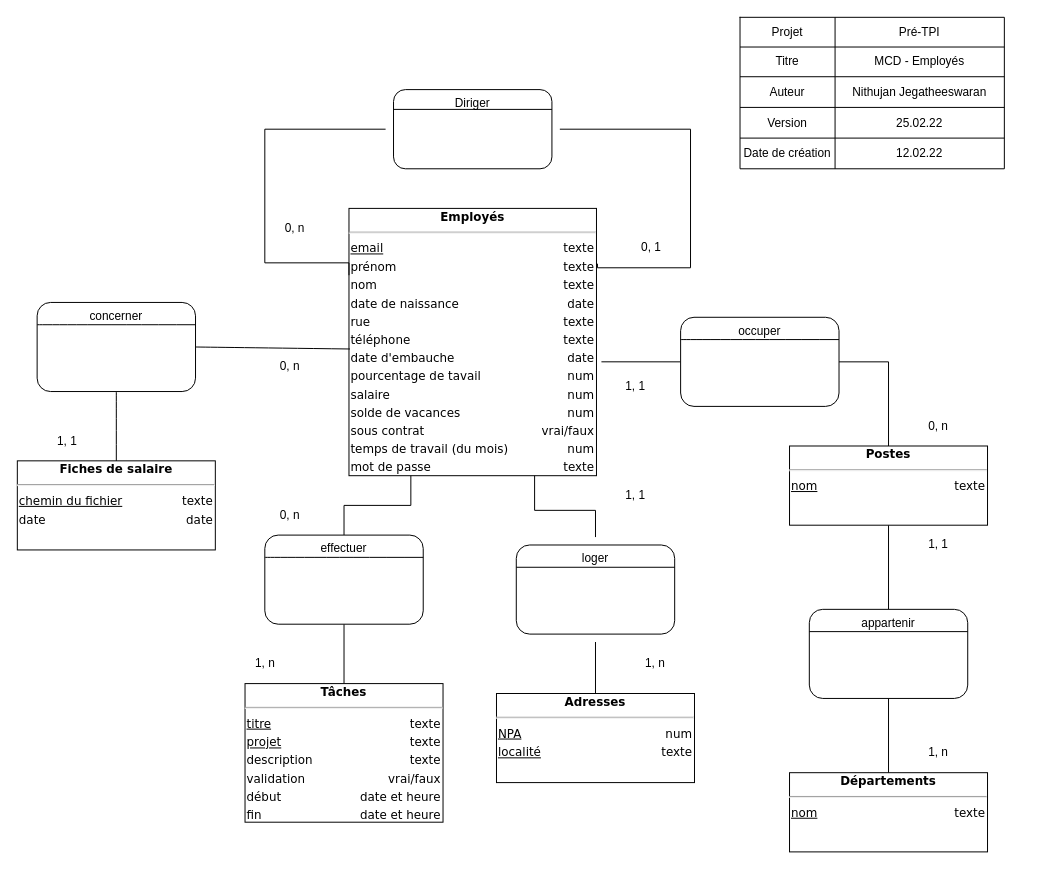
J-Nithujan/employee_mgmt_app keeps this draw.io diagram as conception/database/MCD_Employés.drawio. Above is the earlier version. Source tidied: cells renumbered, new cells numbered last; positions are measured from the earlier drawing's top-left corner, leaving out a move shared by most shapes. Both pictures are drawn from the tidied source at 99%, with x=0, y=0 at pixel (17, 17).
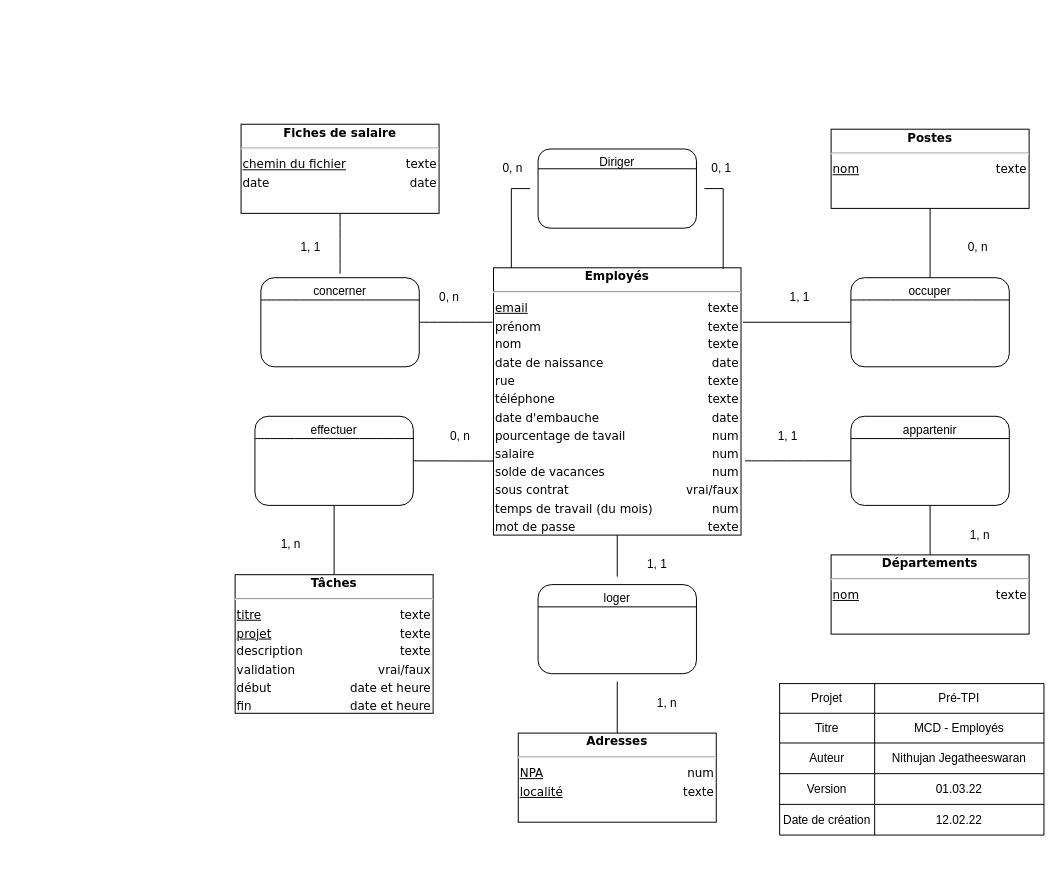
The same page after the edit.

Unchanged cells that the change refers to:
```xml
<mxCell id="12" style="shape=partialRectangle;html=1;whiteSpace=wrap;fillColor=none;top=0;left=0;bottom=0;right=0;" parent="2" vertex="1">
  <mxGeometry y="91" width="267" height="31" as="geometry" />
</mxCell>
```

Change to the diagram source:
```diff
@@
     <mxCell id="2" style="shape=table;html=1;whiteSpace=wrap;startSize=0;childLayout=tableLayout;align=right;hachureGap=4;" parent="1" vertex="1">
-      <mxGeometry x="730" width="267" height="153" as="geometry" />
+      <mxGeometry x="770" y="673" width="267" height="153" as="geometry" />
     </mxCell>
@@
-    <mxCell id="14" value="25.02.22" style="shape=partialRectangle;html=1;whiteSpace=wrap;fillColor=none;top=0;left=0;bottom=0;right=0;overflow=hidden;" parent="12" vertex="1">
+    <mxCell id="14" value="01.03.22" style="shape=partialRectangle;html=1;whiteSpace=wrap;fillColor=none;top=0;left=0;bottom=0;right=0;overflow=hidden;" parent="12" vertex="1">
       <mxGeometry x="96" width="171" height="31" as="geometry" />
     </mxCell>
@@
+    <mxCell id="61" style="edgeStyle=none;curved=1;rounded=0;jettySize=auto;html=1;entryX=0;entryY=0.5;entryDx=0;entryDy=0;endArrow=none;startSize=14;endSize=14;sourcePerimeterSpacing=8;targetPerimeterSpacing=8;endFill=0;" parent="1" edge="1" target="40">
+      <mxGeometry relative="1" as="geometry">
+        <mxPoint x="735" y="448" as="sourcePoint" />
+      </mxGeometry>
+    </mxCell>
     <mxCell id="18" value="&lt;div style=&quot;box-sizing: border-box ; width: 100% ; padding: 2px&quot;&gt;&lt;span style=&quot;background-color: rgb(255 , 255 , 255)&quot;&gt;&lt;b&gt;Employés&lt;/b&gt;&lt;/span&gt;&lt;/div&gt;&lt;hr&gt;&lt;table style=&quot;width: 100% ; font-size: 1em&quot; cellpadding=&quot;2&quot; cellspacing=&quot;0&quot;&gt;&lt;tbody&gt;&lt;tr&gt;&lt;td style=&quot;text-align: left&quot;&gt;&lt;u&gt;email&lt;/u&gt;&lt;br&gt;&lt;/td&gt;&lt;td style=&quot;text-align: right&quot;&gt;texte&lt;/td&gt;&lt;/tr&gt;&lt;tr&gt;&lt;td style=&quot;text-align: left&quot;&gt;prénom&lt;/td&gt;&lt;td style=&quot;text-align: right&quot;&gt;texte&lt;br&gt;&lt;/td&gt;&lt;/tr&gt;&lt;tr&gt;&lt;td style=&quot;text-align: left&quot;&gt;nom&lt;br&gt;&lt;/td&gt;&lt;td style=&quot;text-align: right&quot;&gt;texte&lt;br&gt;&lt;/td&gt;&lt;/tr&gt;&lt;tr&gt;&lt;td style=&quot;text-align: left&quot;&gt;date de naissance&lt;/td&gt;&lt;td style=&quot;text-align: right&quot;&gt;date&lt;/td&gt;&lt;/tr&gt;&lt;tr&gt;&lt;td style=&quot;text-align: left&quot;&gt;rue&lt;/td&gt;&lt;td style=&quot;text-align: right&quot;&gt;texte&lt;/td&gt;&lt;/tr&gt;&lt;tr&gt;&lt;td style=&quot;text-align: left&quot;&gt;téléphone&lt;/td&gt;&lt;td style=&quot;text-align: right&quot;&gt;texte&lt;/td&gt;&lt;/tr&gt;&lt;tr&gt;&lt;td style=&quot;text-align: left&quot;&gt;date d'embauche&lt;br&gt;&lt;/td&gt;&lt;td style=&quot;text-align: right&quot;&gt;date&lt;/td&gt;&lt;/tr&gt;&lt;tr&gt;&lt;td style=&quot;text-align: left&quot;&gt;pourcentage de tavail&lt;/td&gt;&lt;td style=&quot;text-align: right&quot;&gt;num&lt;/td&gt;&lt;/tr&gt;&lt;tr&gt;&lt;td style=&quot;text-align: left&quot;&gt;salaire&lt;/td&gt;&lt;td style=&quot;text-align: right&quot;&gt;num&lt;/td&gt;&lt;/tr&gt;&lt;tr&gt;&lt;td style=&quot;text-align: left&quot;&gt;solde de vacances&lt;/td&gt;&lt;td style=&quot;text-align: right&quot;&gt;num&lt;/td&gt;&lt;/tr&gt;&lt;tr&gt;&lt;td style=&quot;text-align: left&quot;&gt;sous contrat&lt;/td&gt;&lt;td style=&quot;text-align: right&quot;&gt;vrai/faux&lt;/td&gt;&lt;/tr&gt;&lt;tr&gt;&lt;td style=&quot;text-align: left&quot;&gt;temps de travail (du mois)&lt;/td&gt;&lt;td style=&quot;text-align: right&quot;&gt;num&lt;/td&gt;&lt;/tr&gt;&lt;tr&gt;&lt;td style=&quot;text-align: left&quot;&gt;mot de passe&lt;/td&gt;&lt;td style=&quot;text-align: right&quot;&gt;texte&lt;/td&gt;&lt;/tr&gt;&lt;/tbody&gt;&lt;/table&gt;" style="verticalAlign=top;align=center;overflow=fill;html=1;rounded=0;shadow=0;comic=0;labelBackgroundColor=none;strokeColor=#000000;strokeWidth=1;fillColor=#ffffff;fontFamily=Verdana;fontSize=12;fontColor=#000000;hachureGap=4;" parent="1" vertex="1">
-      <mxGeometry x="335" y="193" width="250" height="270" as="geometry" />
+      <mxGeometry x="481" y="253" width="250" height="270" as="geometry" />
     </mxCell>
     <mxCell id="19" value="&lt;div style=&quot;box-sizing: border-box ; width: 100% ; padding: 2px&quot;&gt;&lt;span style=&quot;background-color: rgb(255 , 255 , 255)&quot;&gt;&lt;b&gt;Adresses&lt;/b&gt;&lt;/span&gt;&lt;/div&gt;&lt;hr&gt;&lt;table style=&quot;width: 100% ; font-size: 1em&quot; cellpadding=&quot;2&quot; cellspacing=&quot;0&quot;&gt;&lt;tbody&gt;&lt;tr&gt;&lt;td style=&quot;text-align: left&quot;&gt;&lt;u&gt;NPA&lt;/u&gt;&lt;/td&gt;&lt;td style=&quot;text-align: right&quot;&gt;num&lt;br&gt;&lt;/td&gt;&lt;/tr&gt;&lt;tr&gt;&lt;td style=&quot;text-align: left&quot;&gt;&lt;u&gt;localité&lt;/u&gt;&lt;/td&gt;&lt;td style=&quot;text-align: right&quot;&gt;texte&lt;br&gt;&lt;/td&gt;&lt;/tr&gt;&lt;/tbody&gt;&lt;/table&gt;" style="verticalAlign=top;align=center;overflow=fill;html=1;rounded=0;shadow=0;comic=0;labelBackgroundColor=none;strokeColor=#000000;strokeWidth=1;fillColor=#ffffff;fontFamily=Verdana;fontSize=12;fontColor=#000000;hachureGap=4;" parent="1" vertex="1">
-      <mxGeometry x="484" y="683" width="200" height="90" as="geometry" />
+      <mxGeometry x="506" y="723" width="200" height="90" as="geometry" />
     </mxCell>
-    <mxCell id="20" style="edgeStyle=orthogonalEdgeStyle;rounded=0;jettySize=auto;html=1;endArrow=none;startSize=14;endSize=14;sourcePerimeterSpacing=8;targetPerimeterSpacing=8;endFill=0;entryX=0;entryY=0.25;entryDx=0;entryDy=0;" parent="1" edge="1" source="22" target="18">
+    <mxCell id="20" style="edgeStyle=orthogonalEdgeStyle;rounded=0;jettySize=auto;html=1;endArrow=none;startSize=14;endSize=14;sourcePerimeterSpacing=8;targetPerimeterSpacing=8;endFill=0;entryX=0.072;entryY=0;entryDx=0;entryDy=0;entryPerimeter=0;" parent="1" edge="1" source="22" target="18">
       <mxGeometry relative="1" as="geometry">
         <Array as="points">
-          <mxPoint x="250" y="113" />
-          <mxPoint x="250" y="248" />
+          <mxPoint x="499" y="173" />
         </Array>
       </mxGeometry>
     </mxCell>
-    <mxCell id="21" style="edgeStyle=orthogonalEdgeStyle;rounded=0;jettySize=auto;html=1;endArrow=none;endFill=0;startSize=14;endSize=14;sourcePerimeterSpacing=8;targetPerimeterSpacing=8;entryX=1.004;entryY=0.207;entryDx=0;entryDy=0;entryPerimeter=0;" parent="1" edge="1" source="22" target="18">
+    <mxCell id="21" style="edgeStyle=orthogonalEdgeStyle;rounded=0;jettySize=auto;html=1;endArrow=none;endFill=0;startSize=14;endSize=14;sourcePerimeterSpacing=8;targetPerimeterSpacing=8;entryX=0.928;entryY=0.004;entryDx=0;entryDy=0;entryPerimeter=0;" parent="1" edge="1" source="22" target="18">
       <mxGeometry relative="1" as="geometry">
         <Array as="points">
-          <mxPoint x="680" y="113" />
-          <mxPoint x="680" y="253" />
-          <mxPoint x="586" y="253" />
+          <mxPoint x="713" y="173" />
         </Array>
       </mxGeometry>
     </mxCell>
     <mxCell id="22" value="Diriger" style="rounded=1;whiteSpace=wrap;html=1;verticalAlign=top;hachureGap=4;" parent="1" vertex="1">
-      <mxGeometry x="380" y="73" width="160" height="80" as="geometry" />
+      <mxGeometry x="526" y="133" width="160" height="80" as="geometry" />
     </mxCell>
     <mxCell id="23" value="&lt;div style=&quot;box-sizing: border-box ; width: 100% ; padding: 2px&quot;&gt;&lt;span style=&quot;background-color: rgb(255 , 255 , 255)&quot;&gt;&lt;b&gt;Départements&lt;/b&gt;&lt;/span&gt;&lt;/div&gt;&lt;hr&gt;&lt;table style=&quot;width: 100% ; font-size: 1em&quot; cellpadding=&quot;2&quot; cellspacing=&quot;0&quot;&gt;&lt;tbody&gt;&lt;tr&gt;&lt;td style=&quot;text-align: left&quot;&gt;&lt;u&gt;nom&lt;/u&gt;&lt;/td&gt;&lt;td style=&quot;text-align: right&quot;&gt;texte&lt;br&gt;&lt;/td&gt;&lt;/tr&gt;&lt;/tbody&gt;&lt;/table&gt;" style="verticalAlign=top;align=center;overflow=fill;html=1;rounded=0;shadow=0;comic=0;labelBackgroundColor=none;strokeColor=#000000;strokeWidth=1;fillColor=#ffffff;fontFamily=Verdana;fontSize=12;fontColor=#000000;hachureGap=4;" parent="1" vertex="1">
-      <mxGeometry x="780" y="763" width="200" height="80" as="geometry" />
+      <mxGeometry x="822" y="543" width="200" height="80" as="geometry" />
     </mxCell>
     <mxCell id="24" value="0, n" style="text;html=1;align=center;verticalAlign=middle;strokeColor=none;fillColor=none;" parent="1" vertex="1">
-      <mxGeometry x="260" y="203" width="40" height="20" as="geometry" />
+      <mxGeometry x="480" y="143" width="40" height="20" as="geometry" />
     </mxCell>
     <mxCell id="25" value="0, 1" style="text;html=1;align=center;verticalAlign=middle;strokeColor=none;fillColor=none;" parent="1" vertex="1">
-      <mxGeometry x="620" y="223" width="40" height="20" as="geometry" />
+      <mxGeometry x="691" y="143" width="40" height="20" as="geometry" />
     </mxCell>
-    <mxCell id="26" style="edgeStyle=orthogonalEdgeStyle;rounded=0;jettySize=auto;html=1;endArrow=none;endFill=0;startSize=14;endSize=14;sourcePerimeterSpacing=8;targetPerimeterSpacing=8;entryX=0.75;entryY=1;entryDx=0;entryDy=0;" parent="1" edge="1" source="28" target="18">
+    <mxCell id="26" style="edgeStyle=orthogonalEdgeStyle;rounded=0;jettySize=auto;html=1;endArrow=none;endFill=0;startSize=14;endSize=14;sourcePerimeterSpacing=8;targetPerimeterSpacing=8;entryX=0.5;entryY=1;entryDx=0;entryDy=0;" parent="1" edge="1" source="28" target="18">
       <mxGeometry relative="1" as="geometry" />
     </mxCell>
@@
     <mxCell id="28" value="loger" style="rounded=1;whiteSpace=wrap;html=1;verticalAlign=top;hachureGap=4;" parent="1" vertex="1">
-      <mxGeometry x="504" y="533" width="160" height="90" as="geometry" />
+      <mxGeometry x="526" y="573" width="160" height="90" as="geometry" />
     </mxCell>
     <mxCell id="29" value="1, 1" style="text;html=1;align=center;verticalAlign=middle;strokeColor=none;fillColor=none;" parent="1" vertex="1">
-      <mxGeometry x="604" y="473" width="40" height="20" as="geometry" />
+      <mxGeometry x="626" y="543" width="40" height="20" as="geometry" />
     </mxCell>
     <mxCell id="30" value="1, n" style="text;html=1;align=center;verticalAlign=middle;strokeColor=none;fillColor=none;" parent="1" vertex="1">
-      <mxGeometry x="624" y="643" width="40" height="20" as="geometry" />
+      <mxGeometry x="636" y="683" width="40" height="20" as="geometry" />
     </mxCell>
@@
-    <mxCell id="33" style="edgeStyle=none;rounded=0;jettySize=auto;html=1;exitX=0;exitY=0.5;exitDx=0;exitDy=0;entryX=1.02;entryY=0.574;entryDx=0;entryDy=0;entryPerimeter=0;endArrow=none;endFill=0;startSize=14;endSize=14;sourcePerimeterSpacing=8;targetPerimeterSpacing=8;" parent="1" edge="1" source="34" target="18">
-      <mxGeometry relative="1" as="geometry" />
+    <mxCell id="33" style="edgeStyle=none;rounded=0;jettySize=auto;html=1;exitX=0;exitY=0.5;exitDx=0;exitDy=0;endArrow=none;endFill=0;startSize=14;endSize=14;sourcePerimeterSpacing=8;targetPerimeterSpacing=8;" parent="1" edge="1" source="34">
+      <mxGeometry relative="1" as="geometry">
+        <mxPoint x="733" y="308" as="targetPoint" />
+      </mxGeometry>
     </mxCell>
     <mxCell id="34" value="occuper" style="rounded=1;whiteSpace=wrap;html=1;verticalAlign=top;hachureGap=4;" parent="1" vertex="1">
-      <mxGeometry x="670" y="303" width="160" height="90" as="geometry" />
+      <mxGeometry x="842" y="263" width="160" height="90" as="geometry" />
     </mxCell>
@@
-    <mxCell id="36" style="edgeStyle=orthogonalEdgeStyle;rounded=0;jettySize=auto;html=1;exitX=0.5;exitY=0;exitDx=0;exitDy=0;endArrow=none;endFill=0;startSize=14;endSize=14;sourcePerimeterSpacing=8;targetPerimeterSpacing=8;entryX=1;entryY=0.5;entryDx=0;entryDy=0;" parent="1" edge="1" source="38" target="34">
-      <mxGeometry relative="1" as="geometry" />
+    <mxCell id="36" style="rounded=0;jettySize=auto;html=1;endArrow=none;endFill=0;startSize=14;endSize=14;sourcePerimeterSpacing=8;targetPerimeterSpacing=8;entryX=0.5;entryY=0;entryDx=0;entryDy=0;" parent="1" edge="1" target="34">
+      <mxGeometry relative="1" as="geometry">
+        <mxPoint x="922" y="192" as="sourcePoint" />
+      </mxGeometry>
     </mxCell>
-    <mxCell id="37" style="edgeStyle=orthogonalEdgeStyle;rounded=0;jettySize=auto;html=1;exitX=0.5;exitY=1;exitDx=0;exitDy=0;entryX=0.5;entryY=0;entryDx=0;entryDy=0;endArrow=none;endFill=0;startSize=14;endSize=14;sourcePerimeterSpacing=8;targetPerimeterSpacing=8;" parent="1" edge="1" source="38" target="40">
-      <mxGeometry relative="1" as="geometry" />
-    </mxCell>
     <mxCell id="38" value="&lt;div style=&quot;box-sizing: border-box ; width: 100% ; padding: 2px&quot;&gt;&lt;span style=&quot;background-color: rgb(255 , 255 , 255)&quot;&gt;&lt;b&gt;Postes&lt;/b&gt;&lt;/span&gt;&lt;/div&gt;&lt;hr&gt;&lt;table style=&quot;width: 100% ; font-size: 1em&quot; cellpadding=&quot;2&quot; cellspacing=&quot;0&quot;&gt;&lt;tbody&gt;&lt;tr&gt;&lt;td style=&quot;text-align: left&quot;&gt;&lt;u&gt;nom&lt;/u&gt;&lt;/td&gt;&lt;td style=&quot;text-align: right&quot;&gt;texte&lt;br&gt;&lt;/td&gt;&lt;/tr&gt;&lt;/tbody&gt;&lt;/table&gt;" style="verticalAlign=top;align=center;overflow=fill;html=1;rounded=0;shadow=0;comic=0;labelBackgroundColor=none;strokeColor=#000000;strokeWidth=1;fillColor=#ffffff;fontFamily=Verdana;fontSize=12;fontColor=#000000;hachureGap=4;" parent="1" vertex="1">
-      <mxGeometry x="780" y="433" width="200" height="80" as="geometry" />
+      <mxGeometry x="822" y="113" width="200" height="80" as="geometry" />
     </mxCell>
@@
     <mxCell id="40" value="appartenir" style="rounded=1;whiteSpace=wrap;html=1;verticalAlign=top;hachureGap=4;" parent="1" vertex="1">
-      <mxGeometry x="800" y="598" width="160" height="90" as="geometry" />
+      <mxGeometry x="842" y="403" width="160" height="90" as="geometry" />
     </mxCell>
@@
     <mxCell id="42" value="1, n" style="text;html=1;align=center;verticalAlign=middle;strokeColor=none;fillColor=none;" parent="1" vertex="1">
-      <mxGeometry x="910" y="733" width="40" height="20" as="geometry" />
+      <mxGeometry x="952" y="513" width="40" height="20" as="geometry" />
     </mxCell>
     <mxCell id="43" value="1, 1" style="text;html=1;align=center;verticalAlign=middle;strokeColor=none;fillColor=none;" parent="1" vertex="1">
-      <mxGeometry x="910" y="523" width="40" height="20" as="geometry" />
+      <mxGeometry x="758" y="413" width="40" height="20" as="geometry" />
     </mxCell>
     <mxCell id="44" value="0, n" style="text;html=1;align=center;verticalAlign=middle;strokeColor=none;fillColor=none;" parent="1" vertex="1">
-      <mxGeometry x="910" y="403" width="40" height="20" as="geometry" />
+      <mxGeometry x="950" y="223" width="40" height="20" as="geometry" />
     </mxCell>
     <mxCell id="45" value="1, 1" style="text;html=1;align=center;verticalAlign=middle;strokeColor=none;fillColor=none;" parent="1" vertex="1">
-      <mxGeometry x="604" y="363" width="40" height="20" as="geometry" />
+      <mxGeometry x="770" y="273" width="40" height="20" as="geometry" />
     </mxCell>
@@
     <mxCell id="47" value="&lt;div style=&quot;box-sizing: border-box ; width: 100% ; padding: 2px&quot;&gt;&lt;span style=&quot;background-color: rgb(255 , 255 , 255)&quot;&gt;&lt;b&gt;Tâches&lt;/b&gt;&lt;/span&gt;&lt;/div&gt;&lt;hr&gt;&lt;table style=&quot;width: 100% ; font-size: 1em&quot; cellpadding=&quot;2&quot; cellspacing=&quot;0&quot;&gt;&lt;tbody&gt;&lt;tr&gt;&lt;td style=&quot;text-align: left&quot;&gt;&lt;u&gt;titre&lt;/u&gt;&lt;/td&gt;&lt;td style=&quot;text-align: right&quot;&gt;texte&lt;br&gt;&lt;/td&gt;&lt;/tr&gt;&lt;tr&gt;&lt;td style=&quot;text-align: left&quot;&gt;&lt;u&gt;projet&lt;/u&gt;&lt;/td&gt;&lt;td style=&quot;text-align: right&quot;&gt;texte&lt;/td&gt;&lt;/tr&gt;&lt;tr&gt;&lt;td style=&quot;text-align: left&quot;&gt;description&lt;/td&gt;&lt;td style=&quot;text-align: right&quot;&gt;texte&lt;/td&gt;&lt;/tr&gt;&lt;tr&gt;&lt;td style=&quot;text-align: left&quot;&gt;validation&lt;/td&gt;&lt;td style=&quot;text-align: right&quot;&gt;vrai/faux&lt;/td&gt;&lt;/tr&gt;&lt;tr&gt;&lt;td style=&quot;text-align: left&quot;&gt;début&lt;/td&gt;&lt;td style=&quot;text-align: right&quot;&gt;date et heure&lt;/td&gt;&lt;/tr&gt;&lt;tr&gt;&lt;td style=&quot;text-align: left&quot;&gt;fin&lt;/td&gt;&lt;td style=&quot;text-align: right&quot;&gt;date et heure&lt;/td&gt;&lt;/tr&gt;&lt;/tbody&gt;&lt;/table&gt;" style="verticalAlign=top;align=center;overflow=fill;html=1;rounded=0;shadow=0;comic=0;labelBackgroundColor=none;strokeColor=#000000;strokeWidth=1;fillColor=#ffffff;fontFamily=Verdana;fontSize=12;fontColor=#000000;hachureGap=4;" parent="1" vertex="1">
-      <mxGeometry x="230" y="673" width="200" height="140" as="geometry" />
+      <mxGeometry x="220" y="563" width="200" height="140" as="geometry" />
     </mxCell>
-    <mxCell id="48" style="edgeStyle=orthogonalEdgeStyle;rounded=0;jettySize=auto;html=1;exitX=0.5;exitY=0;exitDx=0;exitDy=0;entryX=0.25;entryY=1;entryDx=0;entryDy=0;endArrow=none;endFill=0;startSize=14;endSize=14;sourcePerimeterSpacing=8;targetPerimeterSpacing=8;" parent="1" edge="1" source="49" target="18">
+    <mxCell id="48" style="rounded=0;jettySize=auto;html=1;exitX=1;exitY=0.5;exitDx=0;exitDy=0;endArrow=none;endFill=0;startSize=14;endSize=14;sourcePerimeterSpacing=8;targetPerimeterSpacing=8;entryX=0;entryY=0.723;entryDx=0;entryDy=0;entryPerimeter=0;" parent="1" edge="1" source="49" target="18">
       <mxGeometry relative="1" as="geometry" />
     </mxCell>
     <mxCell id="49" value="effectuer" style="rounded=1;whiteSpace=wrap;html=1;verticalAlign=top;hachureGap=4;" parent="1" vertex="1">
-      <mxGeometry x="250" y="523" width="160" height="90" as="geometry" />
+      <mxGeometry x="240" y="403" width="160" height="90" as="geometry" />
     </mxCell>
@@
     <mxCell id="51" value="0, n" style="text;html=1;align=center;verticalAlign=middle;strokeColor=none;fillColor=none;" parent="1" vertex="1">
-      <mxGeometry x="255" y="493" width="40" height="20" as="geometry" />
+      <mxGeometry x="427" y="413" width="40" height="20" as="geometry" />
     </mxCell>
     <mxCell id="52" value="1, n" style="text;html=1;align=center;verticalAlign=middle;strokeColor=none;fillColor=none;" parent="1" vertex="1">
-      <mxGeometry x="230" y="643" width="40" height="20" as="geometry" />
+      <mxGeometry x="256" y="523" width="40" height="20" as="geometry" />
     </mxCell>
     <mxCell id="53" value="&lt;br&gt;" style="text;html=1;align=center;verticalAlign=middle;strokeColor=none;fillColor=none;" parent="1" vertex="1">
-      <mxGeometry x="200" y="368" width="20" height="20" as="geometry" />
+      <mxGeometry x="380" y="418" width="20" height="20" as="geometry" />
     </mxCell>
     <mxCell id="54" value="&lt;div style=&quot;box-sizing: border-box ; width: 100% ; padding: 2px&quot;&gt;&lt;span style=&quot;background-color: rgb(255 , 255 , 255)&quot;&gt;&lt;b&gt;Fiches de salaire&lt;/b&gt;&lt;/span&gt;&lt;/div&gt;&lt;hr&gt;&lt;table style=&quot;width: 100% ; font-size: 1em&quot; cellpadding=&quot;2&quot; cellspacing=&quot;0&quot;&gt;&lt;tbody&gt;&lt;tr&gt;&lt;td style=&quot;text-align: left&quot;&gt;&lt;u&gt;chemin du fichier&lt;/u&gt;&lt;/td&gt;&lt;td style=&quot;text-align: right&quot;&gt;texte&lt;br&gt;&lt;/td&gt;&lt;/tr&gt;&lt;tr&gt;&lt;td style=&quot;text-align: left&quot;&gt;date&lt;/td&gt;&lt;td style=&quot;text-align: right&quot;&gt;date&lt;/td&gt;&lt;/tr&gt;&lt;/tbody&gt;&lt;/table&gt;" style="verticalAlign=top;align=center;overflow=fill;html=1;rounded=0;shadow=0;comic=0;labelBackgroundColor=none;strokeColor=#000000;strokeWidth=1;fillColor=#ffffff;fontFamily=Verdana;fontSize=12;fontColor=#000000;hachureGap=4;" parent="1" vertex="1">
-      <mxGeometry y="448" width="200" height="90" as="geometry" />
+      <mxGeometry x="226" y="108" width="200" height="90" as="geometry" />
     </mxCell>
-    <mxCell id="55" style="edgeStyle=none;curved=1;rounded=0;jettySize=auto;html=1;exitX=1;exitY=0.5;exitDx=0;exitDy=0;endArrow=none;endFill=0;startSize=14;endSize=14;sourcePerimeterSpacing=8;targetPerimeterSpacing=8;entryX=0.004;entryY=0.526;entryDx=0;entryDy=0;entryPerimeter=0;" parent="1" edge="1" source="57" target="18">
-      <mxGeometry relative="1" as="geometry" />
+    <mxCell id="55" style="edgeStyle=none;curved=1;rounded=0;jettySize=auto;html=1;exitX=1;exitY=0.5;exitDx=0;exitDy=0;endArrow=none;endFill=0;startSize=14;endSize=14;sourcePerimeterSpacing=8;targetPerimeterSpacing=8;" parent="1" edge="1" source="57">
+      <mxGeometry relative="1" as="geometry">
+        <mxPoint x="480" y="308" as="targetPoint" />
+      </mxGeometry>
     </mxCell>
-    <mxCell id="56" style="edgeStyle=none;curved=1;rounded=0;jettySize=auto;html=1;exitX=0.5;exitY=1;exitDx=0;exitDy=0;entryX=0.5;entryY=0;entryDx=0;entryDy=0;endArrow=none;endFill=0;startSize=14;endSize=14;sourcePerimeterSpacing=8;targetPerimeterSpacing=8;" parent="1" edge="1" source="57" target="54">
-      <mxGeometry relative="1" as="geometry" />
+    <mxCell id="56" style="edgeStyle=none;curved=1;rounded=0;jettySize=auto;html=1;endArrow=none;endFill=0;startSize=14;endSize=14;sourcePerimeterSpacing=8;targetPerimeterSpacing=8;entryX=0.5;entryY=1;entryDx=0;entryDy=0;" parent="1" edge="1" target="54">
+      <mxGeometry relative="1" as="geometry">
+        <mxPoint x="326" y="259" as="sourcePoint" />
+      </mxGeometry>
     </mxCell>
     <mxCell id="57" value="concerner" style="rounded=1;whiteSpace=wrap;html=1;verticalAlign=top;hachureGap=4;" parent="1" vertex="1">
-      <mxGeometry x="20" y="288" width="160" height="90" as="geometry" />
+      <mxGeometry x="246" y="263" width="160" height="90" as="geometry" />
     </mxCell>
@@
     <mxCell id="59" value="0, n" style="text;html=1;align=center;verticalAlign=middle;strokeColor=none;fillColor=none;" parent="1" vertex="1">
-      <mxGeometry x="255" y="343" width="40" height="20" as="geometry" />
+      <mxGeometry x="416" y="273" width="40" height="20" as="geometry" />
     </mxCell>
     <mxCell id="60" value="1, 1" style="text;html=1;align=center;verticalAlign=middle;strokeColor=none;fillColor=none;" parent="1" vertex="1">
-      <mxGeometry x="30" y="418" width="40" height="20" as="geometry" />
+      <mxGeometry x="276" y="223" width="40" height="20" as="geometry" />
     </mxCell>
```
